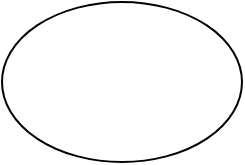
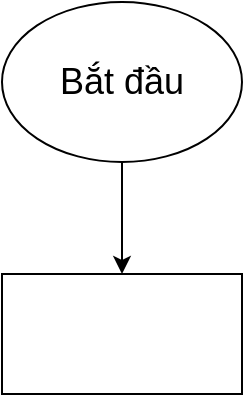
<mxfile host="app.diagrams.net">
  <diagram name="Page-1" id="DGyxEU7Gd1afNDstyDF_">
-     <mxGraphModel dx="1022" dy="564" grid="1" gridSize="10" guides="1" tooltips="1" connect="1" arrows="1" fold="1" page="1" pageScale="1" pageWidth="4681" pageHeight="3300" math="0" shadow="0">
+     <mxGraphModel dx="1572" dy="4168" grid="0" gridSize="10" guides="1" tooltips="1" connect="1" arrows="1" fold="1" page="1" pageScale="1" pageWidth="4681" pageHeight="3300" math="0" shadow="0">
      <root>
        <mxCell id="0" />
        <mxCell id="1" parent="0" />
-         <mxCell id="uXg_nnq4Of7ZevpRBYAR-1" parent="1" style="ellipse;whiteSpace=wrap;html=1;" value="" vertex="1">
-           <mxGeometry height="80" width="120" x="310" y="100" as="geometry" />
+         <mxCell id="uXg_nnq4Of7ZevpRBYAR-1" parent="1" style="ellipse;whiteSpace=wrap;html=1;" value="&lt;font style=&quot;font-size: 18px;&quot;&gt;Bắt đầu&lt;/font&gt;" vertex="1">
+           <mxGeometry height="80" width="120" x="1457" y="-3272" as="geometry" />
+         </mxCell>
+         <mxCell id="ARJTMiJBZuqtaoDLN08L-1" parent="1" style="rounded=0;whiteSpace=wrap;html=1;" value="" vertex="1">
+           <mxGeometry height="60" width="120" x="1457" y="-3136" as="geometry" />
+         </mxCell>
+         <mxCell id="ARJTMiJBZuqtaoDLN08L-2" edge="1" parent="1" source="uXg_nnq4Of7ZevpRBYAR-1" style="endArrow=classic;html=1;rounded=0;exitX=0.5;exitY=1;exitDx=0;exitDy=0;" target="ARJTMiJBZuqtaoDLN08L-1" value="">
+           <mxGeometry height="50" relative="1" width="50" as="geometry">
+             <mxPoint x="1672" y="-2733" as="sourcePoint" />
+             <mxPoint x="1722" y="-2783" as="targetPoint" />
+           </mxGeometry>
        </mxCell>
      </root>
    </mxGraphModel>
  </diagram>
</mxfile>
